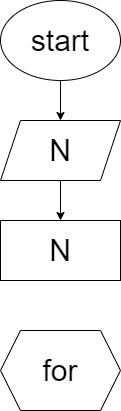
Earlier version of the draw.io export Seminar/Seminar003/Ex003/diagram.drawio.png (irenemir2022/super-guide). Source tidied: cells renumbered, new cells last; positions are measured from the earlier drawing's top-left corner, leaving out a move shared by most shapes.
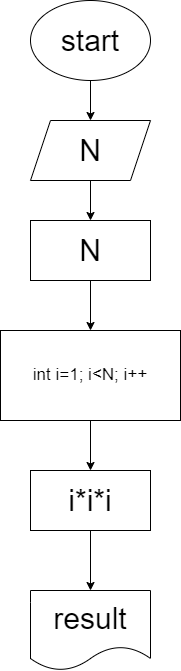
Later version of the same file.

Commit message:
добавила диаграмму

The edit, as a diff of the source:
```diff
@@ -14,11 +14,26 @@
     <mxCell id="5" value="N" style="shape=parallelogram;perimeter=parallelogramPerimeter;whiteSpace=wrap;html=1;fixedSize=1;fontSize=30;" parent="1" vertex="1">
       <mxGeometry y="120" width="120" height="60" as="geometry" />
     </mxCell>
+    <mxCell id="8" style="edgeStyle=none;html=1;fontSize=17;" parent="1" edge="1" source="6" target="10">
+      <mxGeometry relative="1" as="geometry" />
+    </mxCell>
     <mxCell id="6" value="N" style="rounded=0;whiteSpace=wrap;html=1;fontSize=30;" parent="1" vertex="1">
       <mxGeometry y="220" width="120" height="60" as="geometry" />
     </mxCell>
-    <mxCell id="7" value="for" style="shape=hexagon;perimeter=hexagonPerimeter2;whiteSpace=wrap;html=1;fixedSize=1;fontSize=30;" parent="1" vertex="1">
-      <mxGeometry y="330" width="120" height="80" as="geometry" />
-    </mxCell>
+    <mxCell id="9" style="edgeStyle=none;html=1;fontSize=30;" parent="1" edge="1" source="10" target="12">
+      <mxGeometry relative="1" as="geometry" />
+    </mxCell>
+    <mxCell id="10" value="int i=1; i&amp;lt;N; i++" style="rounded=0;whiteSpace=wrap;html=1;fontSize=17;" parent="1" vertex="1">
+      <mxGeometry x="-30" y="330" width="180" height="90" as="geometry" />
+    </mxCell>
+    <mxCell id="11" style="edgeStyle=none;html=1;fontSize=30;" parent="1" edge="1" source="12" target="13">
+      <mxGeometry relative="1" as="geometry" />
+    </mxCell>
+    <mxCell id="12" value="&lt;font style=&quot;font-size: 30px;&quot;&gt;i*i*i&lt;/font&gt;" style="rounded=0;whiteSpace=wrap;html=1;fontSize=17;" parent="1" vertex="1">
+      <mxGeometry y="470" width="120" height="60" as="geometry" />
+    </mxCell>
+    <mxCell id="13" value="result" style="shape=document;whiteSpace=wrap;html=1;boundedLbl=1;fontSize=30;" parent="1" vertex="1">
+      <mxGeometry y="590" width="120" height="80" as="geometry" />
+    </mxCell>
   </root>
 </mxGraphModel>
```
